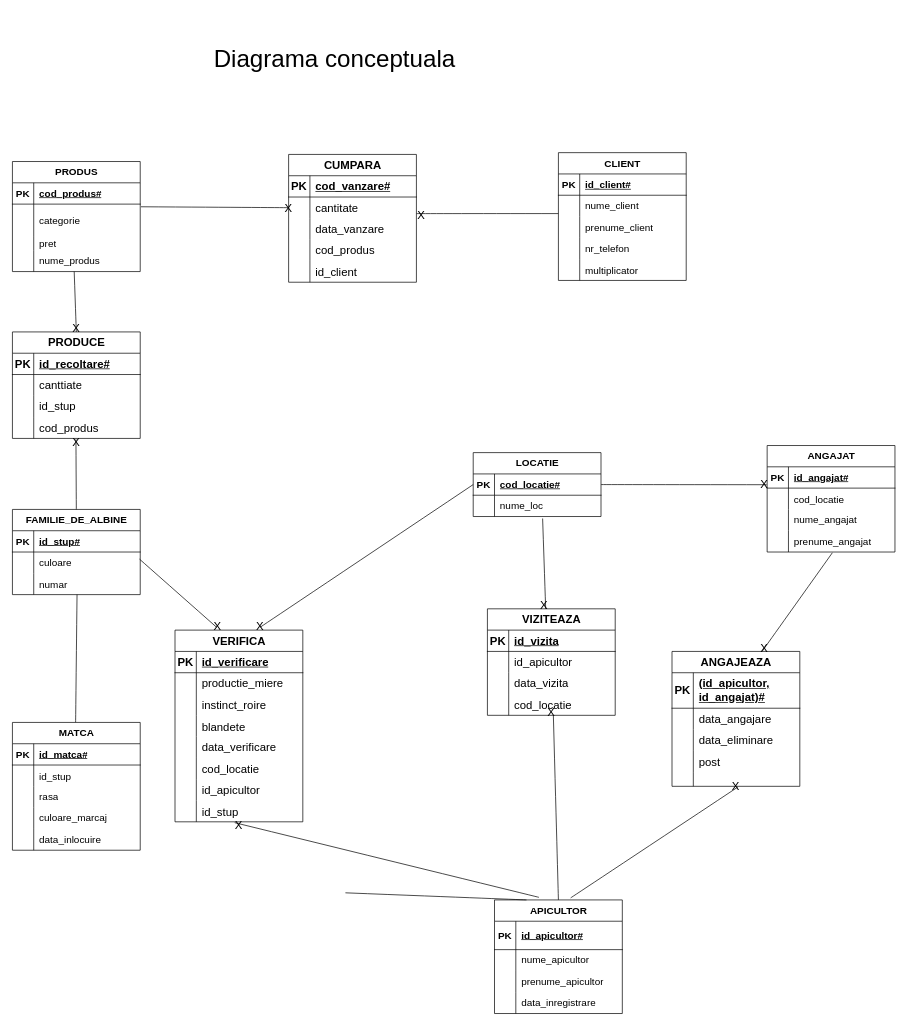
This is page "Page-1" (1 of 2) of Diagramă fără titlu.drawio from Matoka26/DataBase-Stupina, a draw.io file, before an edit. Source tidied: cells renumbered, new cells numbered last; positions are measured from the earlier drawing's top-left corner, leaving out a move shared by most shapes. Both pictures are drawn from the tidied source at 71%, with x=0, y=0 at pixel (12, 12).
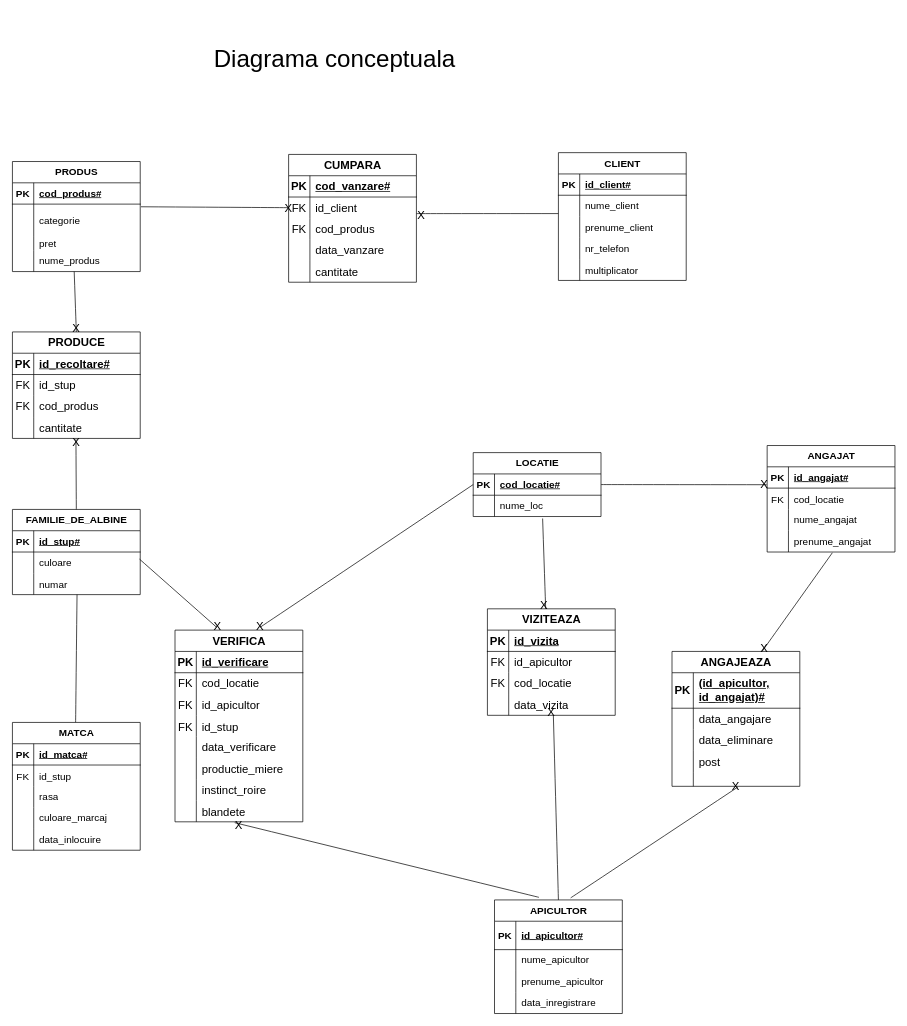
The same page after the edit.

Unchanged cells that the change refers to:
```xml
<mxCell id="2" value="APICULTOR" style="shape=table;startSize=30;childLayout=tableLayout;rowLines=0;fontStyle=1;align=center;html=1;fontSize=14;" parent="1" vertex="1">
  <mxGeometry x="679" y="1250" width="180" height="160" as="geometry" />
</mxCell>
<mxCell id="26" style="shape=tableRow;horizontal=0;startSize=0;swimlaneHead=0;swimlaneBody=0;fillColor=none;points=[[0,0.5],[1,0.5]];portConstraint=eastwest;top=0;left=0;right=0;bottom=0;fontSize=14;" parent="22" vertex="1">
  <mxGeometry y="60" width="180" height="30" as="geometry" />
</mxCell>
<mxCell id="82" style="shape=tableRow;horizontal=0;startSize=0;swimlaneHead=0;swimlaneBody=0;fillColor=none;top=0;left=0;right=0;bottom=0;fontSize=14;" parent="78" vertex="1">
  <mxGeometry y="60" width="180" height="30" as="geometry" />
</mxCell>
<mxCell id="99" style="shape=tableRow;horizontal=0;startSize=0;swimlaneHead=0;swimlaneBody=0;fillColor=none;top=0;left=0;right=0;bottom=0;fontSize=16;" parent="95" vertex="1">
  <mxGeometry y="60" width="180" height="30" as="geometry" />
</mxCell>
<mxCell id="102" style="shape=tableRow;horizontal=0;startSize=0;swimlaneHead=0;swimlaneBody=0;fillColor=none;top=0;left=0;right=0;bottom=0;fontSize=16;" parent="95" vertex="1">
  <mxGeometry y="90" width="180" height="30" as="geometry" />
</mxCell>
<mxCell id="105" style="shape=tableRow;horizontal=0;startSize=0;swimlaneHead=0;swimlaneBody=0;fillColor=none;points=[[0,0.5],[1,0.5]];portConstraint=eastwest;top=0;left=0;right=0;bottom=0;fontSize=16;" parent="95" vertex="1">
  <mxGeometry y="120" width="180" height="30" as="geometry" />
</mxCell>
<mxCell id="116" style="shape=tableRow;horizontal=0;startSize=0;swimlaneHead=0;swimlaneBody=0;fillColor=none;points=[[0,0.5],[1,0.5]];portConstraint=eastwest;top=0;left=0;right=0;bottom=0;fontSize=16;" parent="112" vertex="1">
  <mxGeometry y="60" width="180" height="30" as="geometry" />
</mxCell>
<mxCell id="119" style="shape=tableRow;horizontal=0;startSize=0;swimlaneHead=0;swimlaneBody=0;fillColor=none;points=[[0,0.5],[1,0.5]];portConstraint=eastwest;top=0;left=0;right=0;bottom=0;fontSize=16;" parent="112" vertex="1">
  <mxGeometry y="90" width="180" height="30" as="geometry" />
</mxCell>
<mxCell id="122" style="shape=tableRow;horizontal=0;startSize=0;swimlaneHead=0;swimlaneBody=0;fillColor=none;top=0;left=0;right=0;bottom=0;fontSize=16;" parent="112" vertex="1">
  <mxGeometry y="120" width="180" height="30" as="geometry" />
</mxCell>
<mxCell id="125" style="shape=tableRow;horizontal=0;startSize=0;swimlaneHead=0;swimlaneBody=0;fillColor=none;top=0;left=0;right=0;bottom=0;fontSize=16;" parent="112" vertex="1">
  <mxGeometry y="150" width="180" height="30" as="geometry" />
</mxCell>
<mxCell id="136" style="shape=tableRow;horizontal=0;startSize=0;swimlaneHead=0;swimlaneBody=0;fillColor=none;top=0;left=0;right=0;bottom=0;fontSize=16;" parent="132" vertex="1">
  <mxGeometry y="60" width="180" height="30" as="geometry" />
</mxCell>
<mxCell id="139" style="shape=tableRow;horizontal=0;startSize=0;swimlaneHead=0;swimlaneBody=0;fillColor=none;top=0;left=0;right=0;bottom=0;fontSize=16;" parent="132" vertex="1">
  <mxGeometry y="90" width="180" height="30" as="geometry" />
</mxCell>
<mxCell id="142" style="shape=tableRow;horizontal=0;startSize=0;swimlaneHead=0;swimlaneBody=0;fillColor=none;top=0;left=0;right=0;bottom=0;fontSize=16;" parent="132" vertex="1">
  <mxGeometry y="120" width="180" height="30" as="geometry" />
</mxCell>
<mxCell id="148" style="shape=tableRow;horizontal=0;startSize=0;swimlaneHead=0;swimlaneBody=0;fillColor=none;top=0;left=0;right=0;bottom=0;fontSize=16;" parent="132" vertex="1">
  <mxGeometry y="180" width="180" height="30" as="geometry" />
</mxCell>
<mxCell id="151" style="shape=tableRow;horizontal=0;startSize=0;swimlaneHead=0;swimlaneBody=0;fillColor=none;top=0;left=0;right=0;bottom=0;fontSize=16;" parent="132" vertex="1">
  <mxGeometry y="210" width="180" height="30" as="geometry" />
</mxCell>
<mxCell id="154" style="shape=tableRow;horizontal=0;startSize=0;swimlaneHead=0;swimlaneBody=0;fillColor=none;points=[[0,0.5],[1,0.5]];portConstraint=eastwest;top=0;left=0;right=0;bottom=0;fontSize=16;" parent="132" vertex="1">
  <mxGeometry y="240" width="180" height="30" as="geometry" />
</mxCell>
<mxCell id="183" style="shape=tableRow;horizontal=0;startSize=0;swimlaneHead=0;swimlaneBody=0;fillColor=none;top=0;left=0;right=0;bottom=0;fontSize=16;" parent="179" vertex="1">
  <mxGeometry y="60" width="180" height="30" as="geometry" />
</mxCell>
<mxCell id="186" style="shape=tableRow;horizontal=0;startSize=0;swimlaneHead=0;swimlaneBody=0;fillColor=none;top=0;left=0;right=0;bottom=0;fontSize=16;" parent="179" vertex="1">
  <mxGeometry y="90" width="180" height="30" as="geometry" />
</mxCell>
<mxCell id="189" style="shape=tableRow;horizontal=0;startSize=0;swimlaneHead=0;swimlaneBody=0;fillColor=none;points=[[0,0.5],[1,0.5]];portConstraint=eastwest;top=0;left=0;right=0;bottom=0;fontSize=16;" parent="179" vertex="1">
  <mxGeometry y="120" width="180" height="30" as="geometry" />
</mxCell>
```

What changed in the source:
```diff
@@
-    <mxCell id="27" style="shape=partialRectangle;fillColor=none;top=0;left=0;bottom=0;right=0;overflow=hidden;fontSize=14;" parent="26" vertex="1">
+    <mxCell id="27" value="FK" style="shape=partialRectangle;fillColor=none;top=0;left=0;bottom=0;right=0;overflow=hidden;fontSize=14;" parent="26" vertex="1">
       <mxGeometry width="30" height="30" as="geometry" />
     </mxCell>
@@
-    <mxCell id="83" style="shape=partialRectangle;fillColor=none;top=0;left=0;bottom=0;right=0;overflow=hidden;fontSize=14;" parent="82" vertex="1">
+    <mxCell id="83" value="FK" style="shape=partialRectangle;fillColor=none;top=0;left=0;bottom=0;right=0;overflow=hidden;fontSize=14;" parent="82" vertex="1">
       <mxGeometry width="30" height="30" as="geometry" />
     </mxCell>
@@
-    <mxCell id="100" style="shape=partialRectangle;fillColor=none;top=0;left=0;bottom=0;right=0;overflow=hidden;whiteSpace=wrap;html=1;fontSize=16;" parent="99" vertex="1">
+    <mxCell id="100" value="FK" style="shape=partialRectangle;fillColor=none;top=0;left=0;bottom=0;right=0;overflow=hidden;whiteSpace=wrap;html=1;fontSize=16;" parent="99" vertex="1">
       <mxGeometry width="30" height="30" as="geometry" />
     </mxCell>
-    <mxCell id="101" value="canttiate" style="shape=partialRectangle;fillColor=none;top=0;left=0;bottom=0;right=0;align=left;spacingLeft=6;overflow=hidden;whiteSpace=wrap;html=1;fontSize=16;" parent="99" vertex="1">
+    <mxCell id="101" value="id_stup" style="shape=partialRectangle;fillColor=none;top=0;left=0;bottom=0;right=0;align=left;spacingLeft=6;overflow=hidden;whiteSpace=wrap;html=1;fontSize=16;" parent="99" vertex="1">
       <mxGeometry x="30" width="150" height="30" as="geometry" />
     </mxCell>
@@
-    <mxCell id="103" style="shape=partialRectangle;fillColor=none;top=0;left=0;bottom=0;right=0;overflow=hidden;whiteSpace=wrap;html=1;fontSize=16;" parent="102" vertex="1">
+    <mxCell id="103" value="FK" style="shape=partialRectangle;fillColor=none;top=0;left=0;bottom=0;right=0;overflow=hidden;whiteSpace=wrap;html=1;fontSize=16;" parent="102" vertex="1">
       <mxGeometry width="30" height="30" as="geometry" />
     </mxCell>
-    <mxCell id="104" value="id_stup" style="shape=partialRectangle;fillColor=none;top=0;left=0;bottom=0;right=0;align=left;spacingLeft=6;overflow=hidden;whiteSpace=wrap;html=1;fontSize=16;" parent="102" vertex="1">
+    <mxCell id="104" value="cod_produs" style="shape=partialRectangle;fillColor=none;top=0;left=0;bottom=0;right=0;align=left;spacingLeft=6;overflow=hidden;whiteSpace=wrap;html=1;fontSize=16;" parent="102" vertex="1">
       <mxGeometry x="30" width="150" height="30" as="geometry" />
     </mxCell>
@@
-    <mxCell id="107" value="cod_produs" style="shape=partialRectangle;fillColor=none;top=0;left=0;bottom=0;right=0;align=left;spacingLeft=6;overflow=hidden;whiteSpace=wrap;html=1;fontSize=16;" parent="105" vertex="1">
+    <mxCell id="107" value="cantitate" style="shape=partialRectangle;fillColor=none;top=0;left=0;bottom=0;right=0;align=left;spacingLeft=6;overflow=hidden;whiteSpace=wrap;html=1;fontSize=16;" parent="105" vertex="1">
       <mxGeometry x="30" width="150" height="30" as="geometry" />
     </mxCell>
@@
-    <mxCell id="117" style="shape=partialRectangle;fillColor=none;top=0;left=0;bottom=0;right=0;overflow=hidden;whiteSpace=wrap;html=1;fontSize=16;" parent="116" vertex="1">
+    <mxCell id="117" value="FK" style="shape=partialRectangle;fillColor=none;top=0;left=0;bottom=0;right=0;overflow=hidden;whiteSpace=wrap;html=1;fontSize=16;" parent="116" vertex="1">
       <mxGeometry width="30" height="30" as="geometry" />
     </mxCell>
-    <mxCell id="118" value="cantitate" style="shape=partialRectangle;fillColor=none;top=0;left=0;bottom=0;right=0;align=left;spacingLeft=6;overflow=hidden;whiteSpace=wrap;html=1;fontSize=16;" parent="116" vertex="1">
+    <mxCell id="118" value="id_client" style="shape=partialRectangle;fillColor=none;top=0;left=0;bottom=0;right=0;align=left;spacingLeft=6;overflow=hidden;whiteSpace=wrap;html=1;fontSize=16;" parent="116" vertex="1">
       <mxGeometry x="30" width="150" height="30" as="geometry" />
     </mxCell>
@@
-    <mxCell id="120" style="shape=partialRectangle;fillColor=none;top=0;left=0;bottom=0;right=0;overflow=hidden;whiteSpace=wrap;html=1;fontSize=16;" parent="119" vertex="1">
+    <mxCell id="120" value="FK" style="shape=partialRectangle;fillColor=none;top=0;left=0;bottom=0;right=0;overflow=hidden;whiteSpace=wrap;html=1;fontSize=16;" parent="119" vertex="1">
       <mxGeometry width="30" height="30" as="geometry" />
     </mxCell>
-    <mxCell id="121" value="data_vanzare" style="shape=partialRectangle;fillColor=none;top=0;left=0;bottom=0;right=0;align=left;spacingLeft=6;overflow=hidden;whiteSpace=wrap;html=1;fontSize=16;" parent="119" vertex="1">
+    <mxCell id="121" value="cod_produs" style="shape=partialRectangle;fillColor=none;top=0;left=0;bottom=0;right=0;align=left;spacingLeft=6;overflow=hidden;whiteSpace=wrap;html=1;fontSize=16;" parent="119" vertex="1">
       <mxGeometry x="30" width="150" height="30" as="geometry" />
     </mxCell>
@@
-    <mxCell id="124" value="cod_produs" style="shape=partialRectangle;fillColor=none;top=0;left=0;bottom=0;right=0;align=left;spacingLeft=6;overflow=hidden;whiteSpace=wrap;html=1;fontSize=16;" parent="122" vertex="1">
+    <mxCell id="124" value="data_vanzare" style="shape=partialRectangle;fillColor=none;top=0;left=0;bottom=0;right=0;align=left;spacingLeft=6;overflow=hidden;whiteSpace=wrap;html=1;fontSize=16;" parent="122" vertex="1">
       <mxGeometry x="30" width="150" height="30" as="geometry" />
     </mxCell>
@@
-    <mxCell id="127" value="id_client" style="shape=partialRectangle;fillColor=none;top=0;left=0;bottom=0;right=0;align=left;spacingLeft=6;overflow=hidden;fontSize=16;" parent="125" vertex="1">
+    <mxCell id="127" value="cantitate" style="shape=partialRectangle;fillColor=none;top=0;left=0;bottom=0;right=0;align=left;spacingLeft=6;overflow=hidden;fontSize=16;" parent="125" vertex="1">
       <mxGeometry x="30" width="150" height="30" as="geometry" />
     </mxCell>
@@
-    <mxCell id="137" style="shape=partialRectangle;fillColor=none;top=0;left=0;bottom=0;right=0;overflow=hidden;whiteSpace=wrap;html=1;fontSize=16;" parent="136" vertex="1">
+    <mxCell id="137" value="FK" style="shape=partialRectangle;fillColor=none;top=0;left=0;bottom=0;right=0;overflow=hidden;whiteSpace=wrap;html=1;fontSize=16;" parent="136" vertex="1">
       <mxGeometry width="30" height="30" as="geometry" />
     </mxCell>
-    <mxCell id="138" value="productie_miere" style="shape=partialRectangle;fillColor=none;top=0;left=0;bottom=0;right=0;align=left;spacingLeft=6;overflow=hidden;whiteSpace=wrap;html=1;fontSize=16;" parent="136" vertex="1">
+    <mxCell id="138" value="cod_locatie" style="shape=partialRectangle;fillColor=none;top=0;left=0;bottom=0;right=0;align=left;spacingLeft=6;overflow=hidden;whiteSpace=wrap;html=1;fontSize=16;" parent="136" vertex="1">
       <mxGeometry x="30" width="150" height="30" as="geometry" />
     </mxCell>
@@
-    <mxCell id="140" style="shape=partialRectangle;fillColor=none;top=0;left=0;bottom=0;right=0;overflow=hidden;whiteSpace=wrap;html=1;fontSize=16;" parent="139" vertex="1">
+    <mxCell id="140" value="FK" style="shape=partialRectangle;fillColor=none;top=0;left=0;bottom=0;right=0;overflow=hidden;whiteSpace=wrap;html=1;fontSize=16;" parent="139" vertex="1">
       <mxGeometry width="30" height="30" as="geometry" />
     </mxCell>
-    <mxCell id="141" value="instinct_roire" style="shape=partialRectangle;fillColor=none;top=0;left=0;bottom=0;right=0;align=left;spacingLeft=6;overflow=hidden;whiteSpace=wrap;html=1;fontSize=16;" parent="139" vertex="1">
+    <mxCell id="141" value="id_apicultor" style="shape=partialRectangle;fillColor=none;top=0;left=0;bottom=0;right=0;align=left;spacingLeft=6;overflow=hidden;whiteSpace=wrap;html=1;fontSize=16;" parent="139" vertex="1">
       <mxGeometry x="30" width="150" height="30" as="geometry" />
     </mxCell>
@@
-    <mxCell id="143" style="shape=partialRectangle;fillColor=none;top=0;left=0;bottom=0;right=0;overflow=hidden;fontSize=16;" parent="142" vertex="1">
+    <mxCell id="143" value="FK" style="shape=partialRectangle;fillColor=none;top=0;left=0;bottom=0;right=0;overflow=hidden;fontSize=16;" parent="142" vertex="1">
       <mxGeometry width="30" height="30" as="geometry" />
     </mxCell>
-    <mxCell id="144" value="blandete" style="shape=partialRectangle;fillColor=none;top=0;left=0;bottom=0;right=0;align=left;spacingLeft=6;overflow=hidden;fontSize=16;" parent="142" vertex="1">
+    <mxCell id="144" value="id_stup" style="shape=partialRectangle;fillColor=none;top=0;left=0;bottom=0;right=0;align=left;spacingLeft=6;overflow=hidden;fontSize=16;" parent="142" vertex="1">
       <mxGeometry x="30" width="150" height="30" as="geometry" />
     </mxCell>
@@
-    <mxCell id="150" value="cod_locatie" style="shape=partialRectangle;fillColor=none;top=0;left=0;bottom=0;right=0;align=left;spacingLeft=6;overflow=hidden;fontSize=16;" parent="148" vertex="1">
+    <mxCell id="150" value="productie_miere" style="shape=partialRectangle;fillColor=none;top=0;left=0;bottom=0;right=0;align=left;spacingLeft=6;overflow=hidden;fontSize=16;" parent="148" vertex="1">
       <mxGeometry x="30" width="150" height="30" as="geometry" />
     </mxCell>
@@
-    <mxCell id="153" value="id_apicultor" style="shape=partialRectangle;fillColor=none;top=0;left=0;bottom=0;right=0;align=left;spacingLeft=6;overflow=hidden;fontSize=16;" parent="151" vertex="1">
+    <mxCell id="153" value="instinct_roire" style="shape=partialRectangle;fillColor=none;top=0;left=0;bottom=0;right=0;align=left;spacingLeft=6;overflow=hidden;fontSize=16;" parent="151" vertex="1">
       <mxGeometry x="30" width="150" height="30" as="geometry" />
     </mxCell>
@@
-    <mxCell id="156" value="id_stup" style="shape=partialRectangle;fillColor=none;top=0;left=0;bottom=0;right=0;align=left;spacingLeft=6;overflow=hidden;fontSize=16;" parent="154" vertex="1">
+    <mxCell id="156" value="blandete" style="shape=partialRectangle;fillColor=none;top=0;left=0;bottom=0;right=0;align=left;spacingLeft=6;overflow=hidden;fontSize=16;" parent="154" vertex="1">
       <mxGeometry x="30" width="150" height="30" as="geometry" />
     </mxCell>
@@
-    <mxCell id="184" style="shape=partialRectangle;fillColor=none;top=0;left=0;bottom=0;right=0;overflow=hidden;whiteSpace=wrap;html=1;fontSize=16;" parent="183" vertex="1">
+    <mxCell id="184" value="FK" style="shape=partialRectangle;fillColor=none;top=0;left=0;bottom=0;right=0;overflow=hidden;whiteSpace=wrap;html=1;fontSize=16;" parent="183" vertex="1">
       <mxGeometry width="30" height="30" as="geometry" />
     </mxCell>
@@
-    <mxCell id="187" style="shape=partialRectangle;fillColor=none;top=0;left=0;bottom=0;right=0;overflow=hidden;whiteSpace=wrap;html=1;fontSize=16;" parent="186" vertex="1">
+    <mxCell id="187" value="FK" style="shape=partialRectangle;fillColor=none;top=0;left=0;bottom=0;right=0;overflow=hidden;whiteSpace=wrap;html=1;fontSize=16;" parent="186" vertex="1">
       <mxGeometry width="30" height="30" as="geometry" />
     </mxCell>
-    <mxCell id="188" value="data_vizita" style="shape=partialRectangle;fillColor=none;top=0;left=0;bottom=0;right=0;align=left;spacingLeft=6;overflow=hidden;whiteSpace=wrap;html=1;fontSize=16;" parent="186" vertex="1">
+    <mxCell id="188" value="cod_locatie" style="shape=partialRectangle;fillColor=none;top=0;left=0;bottom=0;right=0;align=left;spacingLeft=6;overflow=hidden;whiteSpace=wrap;html=1;fontSize=16;" parent="186" vertex="1">
       <mxGeometry x="30" width="150" height="30" as="geometry" />
     </mxCell>
@@
-    <mxCell id="191" value="cod_locatie" style="shape=partialRectangle;fillColor=none;top=0;left=0;bottom=0;right=0;align=left;spacingLeft=6;overflow=hidden;whiteSpace=wrap;html=1;fontSize=16;" parent="189" vertex="1">
+    <mxCell id="191" value="data_vizita" style="shape=partialRectangle;fillColor=none;top=0;left=0;bottom=0;right=0;align=left;spacingLeft=6;overflow=hidden;whiteSpace=wrap;html=1;fontSize=16;" parent="189" vertex="1">
       <mxGeometry x="30" width="150" height="30" as="geometry" />
     </mxCell>
@@
-    <mxCell id="198" style="endArrow=none;html=1;rounded=0;fontSize=12;startSize=8;endSize=8;curved=1;exitX=0.25;exitY=0;exitDx=0;exitDy=0;" parent="1" edge="1" source="2">
-      <mxGeometry relative="1" as="geometry">
-        <mxPoint x="469" y="1240" as="targetPoint" />
-      </mxGeometry>
-    </mxCell>
```
